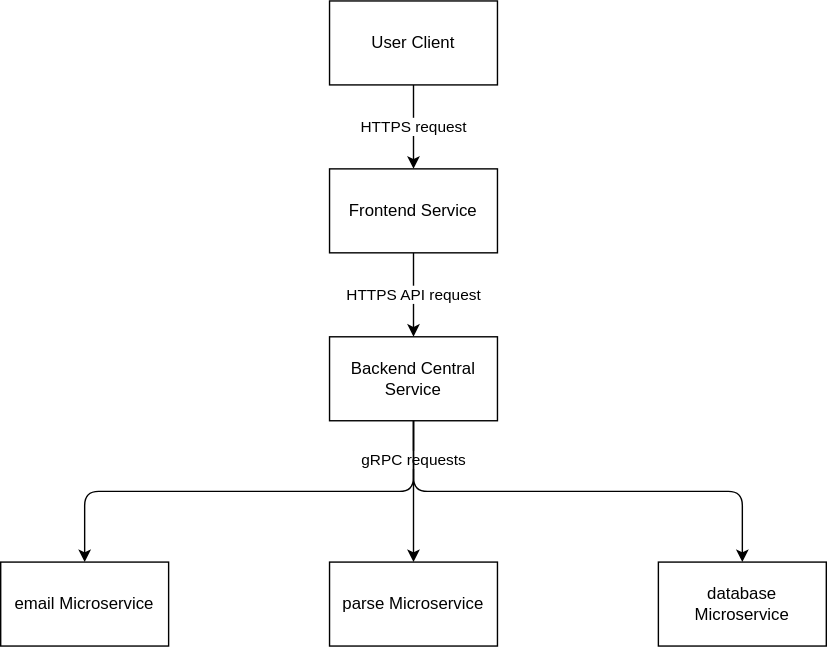
Above: assets/architecture.drawio.svg in dongmingli-Ben/email-wizard (draw.io), before the change. Source tidied: cells renumbered, new cells last; positions are measured from the earlier drawing's top-left corner, leaving out a move shared by most shapes. The source it was exported from:
```xml
<mxGraphModel>
  <root>
    <mxCell id="0" />
    <mxCell id="1" parent="0" />
    <mxCell id="2" value="HTTPS request" style="edgeStyle=orthogonalEdgeStyle;jumpStyle=none;html=1;exitX=0.5;exitY=1;exitDx=0;exitDy=0;entryX=0.5;entryY=0;entryDx=0;entryDy=0;strokeColor=default;" parent="1" edge="1" source="3" target="5">
      <mxGeometry relative="1" as="geometry" />
    </mxCell>
    <mxCell id="3" value="User Client" style="rounded=0;whiteSpace=wrap;html=1;" parent="1" vertex="1">
      <mxGeometry x="235" width="120" height="60" as="geometry" />
    </mxCell>
    <mxCell id="4" value="HTTPS API request" style="edgeStyle=orthogonalEdgeStyle;jumpStyle=none;html=1;exitX=0.5;exitY=1;exitDx=0;exitDy=0;entryX=0.5;entryY=0;entryDx=0;entryDy=0;strokeColor=default;" parent="1" edge="1" source="5" target="9">
      <mxGeometry relative="1" as="geometry" />
    </mxCell>
    <mxCell id="5" value="Frontend Service" style="rounded=0;whiteSpace=wrap;html=1;" parent="1" vertex="1">
      <mxGeometry x="235" y="120" width="120" height="60" as="geometry" />
    </mxCell>
    <mxCell id="6" value="gRPC requests" style="edgeStyle=none;html=1;exitX=0.5;exitY=1;exitDx=0;exitDy=0;entryX=0.5;entryY=0;entryDx=0;entryDy=0;" parent="1" edge="1" source="9" target="11">
      <mxGeometry x="-0.45" relative="1" as="geometry" />
    </mxCell>
    <mxCell id="7" style="edgeStyle=orthogonalEdgeStyle;html=1;exitX=0.5;exitY=1;exitDx=0;exitDy=0;entryX=0.5;entryY=0;entryDx=0;entryDy=0;strokeColor=default;jumpStyle=none;" parent="1" edge="1" source="9" target="10">
      <mxGeometry relative="1" as="geometry" />
    </mxCell>
    <mxCell id="8" style="edgeStyle=orthogonalEdgeStyle;jumpStyle=none;html=1;exitX=0.5;exitY=1;exitDx=0;exitDy=0;entryX=0.5;entryY=0;entryDx=0;entryDy=0;strokeColor=default;" parent="1" edge="1" source="9" target="12">
      <mxGeometry relative="1" as="geometry" />
    </mxCell>
    <mxCell id="9" value="Backend Central Service" style="rounded=0;whiteSpace=wrap;html=1;" parent="1" vertex="1">
      <mxGeometry x="235" y="240" width="120" height="60" as="geometry" />
    </mxCell>
    <mxCell id="10" value="email Microservice" style="rounded=0;whiteSpace=wrap;html=1;" parent="1" vertex="1">
      <mxGeometry y="401" width="120" height="60" as="geometry" />
    </mxCell>
    <mxCell id="11" value="parse Microservice" style="rounded=0;whiteSpace=wrap;html=1;" parent="1" vertex="1">
      <mxGeometry x="235" y="401" width="120" height="60" as="geometry" />
    </mxCell>
    <mxCell id="12" value="database Microservice" style="rounded=0;whiteSpace=wrap;html=1;" parent="1" vertex="1">
      <mxGeometry x="470" y="401" width="120" height="60" as="geometry" />
    </mxCell>
  </root>
</mxGraphModel>
```
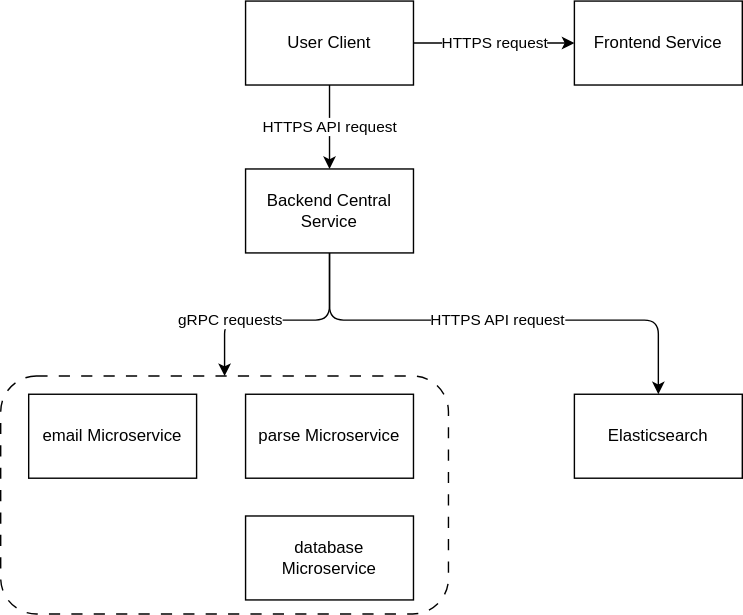
Above is the later version.

What changed in the source:
```diff
@@ -2,38 +2,56 @@
   <root>
     <mxCell id="0" />
     <mxCell id="1" parent="0" />
+    <mxCell id="13" style="rounded=1;whiteSpace=wrap;html=1;dashed=1;dashPattern=8 8;" parent="1" vertex="1">
+      <mxGeometry x="60" y="388" width="320" height="170" as="geometry" />
+    </mxCell>
-    <mxCell id="2" value="HTTPS request" style="edgeStyle=orthogonalEdgeStyle;jumpStyle=none;html=1;exitX=0.5;exitY=1;exitDx=0;exitDy=0;entryX=0.5;entryY=0;entryDx=0;entryDy=0;strokeColor=default;" parent="1" edge="1" source="3" target="5">
-      <mxGeometry relative="1" as="geometry" />
+    <mxCell id="2" value="HTTPS request" style="edgeStyle=orthogonalEdgeStyle;jumpStyle=none;html=1;exitX=1;exitY=0.5;exitDx=0;exitDy=0;entryX=0;entryY=0.5;entryDx=0;entryDy=0;strokeColor=default;" parent="1" edge="1" source="3" target="5">
+      <mxGeometry relative="1" as="geometry">
+        <Array as="points">
+          <mxPoint x="430" y="150" />
+          <mxPoint x="430" y="150" />
+        </Array>
+      </mxGeometry>
     </mxCell>
     <mxCell id="3" value="User Client" style="rounded=0;whiteSpace=wrap;html=1;" parent="1" vertex="1">
-      <mxGeometry x="235" width="120" height="60" as="geometry" />
+      <mxGeometry x="235" y="120" width="120" height="60" as="geometry" />
     </mxCell>
-    <mxCell id="4" value="HTTPS API request" style="edgeStyle=orthogonalEdgeStyle;jumpStyle=none;html=1;exitX=0.5;exitY=1;exitDx=0;exitDy=0;entryX=0.5;entryY=0;entryDx=0;entryDy=0;strokeColor=default;" parent="1" edge="1" source="5" target="9">
+    <mxCell id="4" value="HTTPS API request" style="edgeStyle=orthogonalEdgeStyle;jumpStyle=none;html=1;exitX=0.5;exitY=1;exitDx=0;exitDy=0;strokeColor=default;entryX=0.5;entryY=0;entryDx=0;entryDy=0;" parent="1" edge="1" source="3" target="9">
       <mxGeometry relative="1" as="geometry" />
     </mxCell>
     <mxCell id="5" value="Frontend Service" style="rounded=0;whiteSpace=wrap;html=1;" parent="1" vertex="1">
-      <mxGeometry x="235" y="120" width="120" height="60" as="geometry" />
+      <mxGeometry x="470" y="120" width="120" height="60" as="geometry" />
     </mxCell>
-    <mxCell id="6" value="gRPC requests" style="edgeStyle=none;html=1;exitX=0.5;exitY=1;exitDx=0;exitDy=0;entryX=0.5;entryY=0;entryDx=0;entryDy=0;" parent="1" edge="1" source="9" target="11">
-      <mxGeometry x="-0.45" relative="1" as="geometry" />
+    <mxCell id="6" value="gRPC requests" style="edgeStyle=orthogonalEdgeStyle;html=1;exitX=0.5;exitY=1;exitDx=0;exitDy=0;entryX=0.5;entryY=0;entryDx=0;entryDy=0;" parent="1" edge="1" source="9" target="13">
+      <mxGeometry x="0.46" relative="1" as="geometry">
+        <Array as="points">
+          <mxPoint x="295" y="348" />
+          <mxPoint x="220" y="348" />
+        </Array>
+      </mxGeometry>
     </mxCell>
-    <mxCell id="7" style="edgeStyle=orthogonalEdgeStyle;html=1;exitX=0.5;exitY=1;exitDx=0;exitDy=0;entryX=0.5;entryY=0;entryDx=0;entryDy=0;strokeColor=default;jumpStyle=none;" parent="1" edge="1" source="9" target="10">
-      <mxGeometry relative="1" as="geometry" />
-    </mxCell>
-    <mxCell id="8" style="edgeStyle=orthogonalEdgeStyle;jumpStyle=none;html=1;exitX=0.5;exitY=1;exitDx=0;exitDy=0;entryX=0.5;entryY=0;entryDx=0;entryDy=0;strokeColor=default;" parent="1" edge="1" source="9" target="12">
-      <mxGeometry relative="1" as="geometry" />
-    </mxCell>
+    <mxCell id="14" value="HTTPS API request" style="edgeStyle=orthogonalEdgeStyle;html=1;exitX=0.5;exitY=1;exitDx=0;exitDy=0;entryX=0.5;entryY=0;entryDx=0;entryDy=0;" parent="1" edge="1" source="9" target="15">
+      <mxGeometry relative="1" as="geometry">
+        <Array as="points">
+          <mxPoint x="295" y="348" />
+          <mxPoint x="530" y="348" />
+        </Array>
+      </mxGeometry>
+    </mxCell>
     <mxCell id="9" value="Backend Central Service" style="rounded=0;whiteSpace=wrap;html=1;" parent="1" vertex="1">
       <mxGeometry x="235" y="240" width="120" height="60" as="geometry" />
     </mxCell>
     <mxCell id="10" value="email Microservice" style="rounded=0;whiteSpace=wrap;html=1;" parent="1" vertex="1">
-      <mxGeometry y="401" width="120" height="60" as="geometry" />
+      <mxGeometry x="80" y="401" width="120" height="60" as="geometry" />
     </mxCell>
     <mxCell id="11" value="parse Microservice" style="rounded=0;whiteSpace=wrap;html=1;" parent="1" vertex="1">
       <mxGeometry x="235" y="401" width="120" height="60" as="geometry" />
     </mxCell>
     <mxCell id="12" value="database Microservice" style="rounded=0;whiteSpace=wrap;html=1;" parent="1" vertex="1">
-      <mxGeometry x="470" y="401" width="120" height="60" as="geometry" />
+      <mxGeometry x="235" y="488" width="120" height="60" as="geometry" />
     </mxCell>
+    <mxCell id="15" value="Elasticsearch" style="rounded=0;whiteSpace=wrap;html=1;" parent="1" vertex="1">
+      <mxGeometry x="470" y="401" width="120" height="60" as="geometry" />
+    </mxCell>
   </root>
 </mxGraphModel>
```
